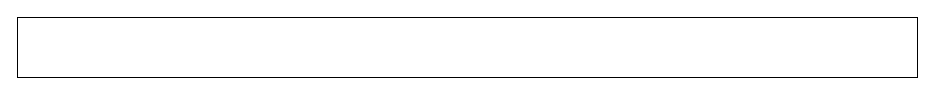
Earlier version of the draw.io diagram EA Domains.drawio (abhrapal/architecture). Source tidied: cells renumbered, new cells numbered last; positions are measured from the earlier drawing's top-left corner, leaving out a move shared by most shapes. Both pictures are drawn from the tidied source at 100%, with x=0, y=0 at pixel (17, 17).
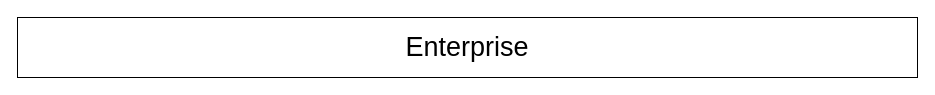
Above is the later version.

Change to the diagram source:
```diff
@@
 <mxGraphModel>
   <root>
     <mxCell id="0" />
     <mxCell id="1" parent="0" />
-    <mxCell id="2" style="rounded=0;whiteSpace=wrap;html=1;" parent="1" vertex="1">
+    <mxCell id="2" value="Enterprise" style="rounded=0;whiteSpace=wrap;html=1;fontSize=27;" parent="1" vertex="1">
       <mxGeometry width="900" height="60" as="geometry" />
     </mxCell>
   </root>
 </mxGraphModel>
```
